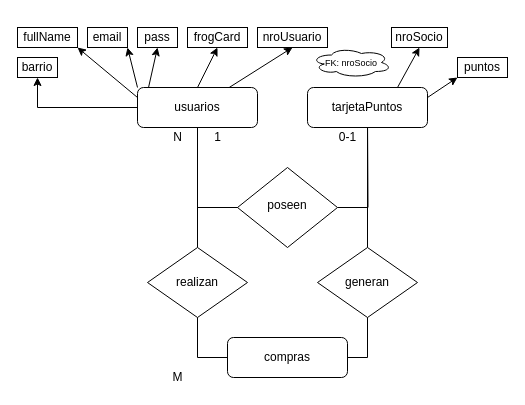
Earlier version of the draw.io diagram FROG-Proyecto.drawio (LeanArbelo22/FROG-Proyecto). Source tidied: cells renumbered, new cells numbered last; positions are measured from the earlier drawing's top-left corner, leaving out a move shared by most shapes. Both pictures are drawn from the tidied source at 100%, with x=0, y=0 at pixel (17, 27).
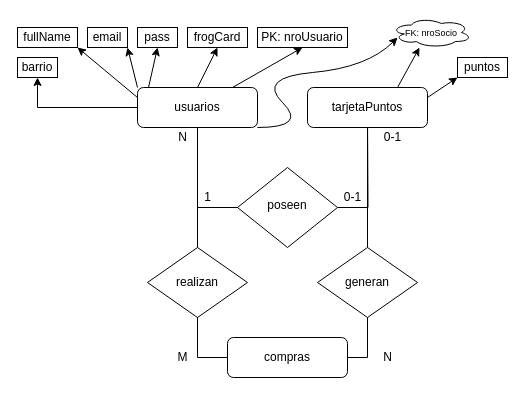
The same diagram, later.

Unchanged cells that the change refers to:
```xml
<mxCell id="7" value="tarjetaPuntos" style="rounded=1;whiteSpace=wrap;html=1;fontSize=12;glass=0;strokeWidth=1;shadow=0;" parent="1" vertex="1">
  <mxGeometry x="290" y="60" width="120" height="40" as="geometry" />
</mxCell>
```

Diff of the diagram source:
```diff
@@
     <mxCell id="8" value="1" style="text;html=1;align=center;verticalAlign=middle;strokeColor=none;" parent="1" vertex="1">
-      <mxGeometry x="190" y="100" width="20" height="20" as="geometry" />
+      <mxGeometry x="180" y="160" width="20" height="20" as="geometry" />
     </mxCell>
     <mxCell id="9" value="0-1" style="text;html=1;align=center;verticalAlign=middle;strokeColor=none;" parent="1" vertex="1">
-      <mxGeometry x="315" y="100" width="30" height="20" as="geometry" />
+      <mxGeometry x="320" y="160" width="30" height="20" as="geometry" />
     </mxCell>
-    <mxCell id="10" value="nroUsuario" style="rounded=0;whiteSpace=wrap;html=1;" parent="1" vertex="1">
-      <mxGeometry x="240" width="70" height="20" as="geometry" />
+    <mxCell id="10" value="PK: nroUsuario" style="rounded=0;whiteSpace=wrap;html=1;" parent="1" vertex="1">
+      <mxGeometry x="240" width="90" height="20" as="geometry" />
     </mxCell>
@@
-    <mxCell id="21" value="nroSocio" style="rounded=0;whiteSpace=wrap;html=1;" parent="1" vertex="1">
-      <mxGeometry x="374" width="56" height="20" as="geometry" />
-    </mxCell>
@@
-    <mxCell id="23" style="endArrow=classic;html=1;entryX=0.5;entryY=1;entryDx=0;entryDy=0;exitX=0.75;exitY=0;exitDx=0;exitDy=0;" parent="1" edge="1" source="7" target="21">
-      <mxGeometry relative="1" as="geometry" />
+    <mxCell id="23" style="endArrow=classic;html=1;entryX=0.5;entryY=1;entryDx=0;entryDy=0;exitX=0.75;exitY=0;exitDx=0;exitDy=0;" parent="1" edge="1" source="7">
+      <mxGeometry relative="1" as="geometry">
+        <mxPoint x="402" y="20" as="targetPoint" />
+      </mxGeometry>
     </mxCell>
@@
     <mxCell id="25" value="&lt;font style=&quot;font-size: 9px&quot;&gt;FK: nroSocio&lt;/font&gt;" style="ellipse;shape=cloud;whiteSpace=wrap;html=1;" parent="1" vertex="1">
-      <mxGeometry x="294" y="20" width="80" height="30" as="geometry" />
+      <mxGeometry x="374" y="-10" width="80" height="30" as="geometry" />
     </mxCell>
@@
     <mxCell id="33" value="N" style="text;html=1;align=center;verticalAlign=middle;strokeColor=none;" parent="1" vertex="1">
-      <mxGeometry x="150" y="100" width="20" height="20" as="geometry" />
+      <mxGeometry x="155" y="100" width="20" height="20" as="geometry" />
     </mxCell>
     <mxCell id="34" value="M" style="text;html=1;align=center;verticalAlign=middle;strokeColor=none;" parent="1" vertex="1">
-      <mxGeometry x="145" y="340" width="30" height="20" as="geometry" />
+      <mxGeometry x="150" y="320" width="30" height="20" as="geometry" />
     </mxCell>
+    <mxCell id="35" style="curved=1;endArrow=classic;html=1;" parent="1" edge="1">
+      <mxGeometry relative="1" as="geometry">
+        <mxPoint x="240" y="100" as="sourcePoint" />
+        <mxPoint x="380" y="10" as="targetPoint" />
+        <Array as="points">
+          <mxPoint x="290" y="100" />
+          <mxPoint x="240" y="50" />
+          <mxPoint x="350" y="40" />
+        </Array>
+      </mxGeometry>
+    </mxCell>
+    <mxCell id="36" value="N" style="text;html=1;align=center;verticalAlign=middle;strokeColor=none;" parent="1" vertex="1">
+      <mxGeometry x="360" y="320" width="20" height="20" as="geometry" />
+    </mxCell>
+    <mxCell id="37" value="0-1" style="text;html=1;align=center;verticalAlign=middle;strokeColor=none;" parent="1" vertex="1">
+      <mxGeometry x="360" y="100" width="30" height="20" as="geometry" />
+    </mxCell>
```
